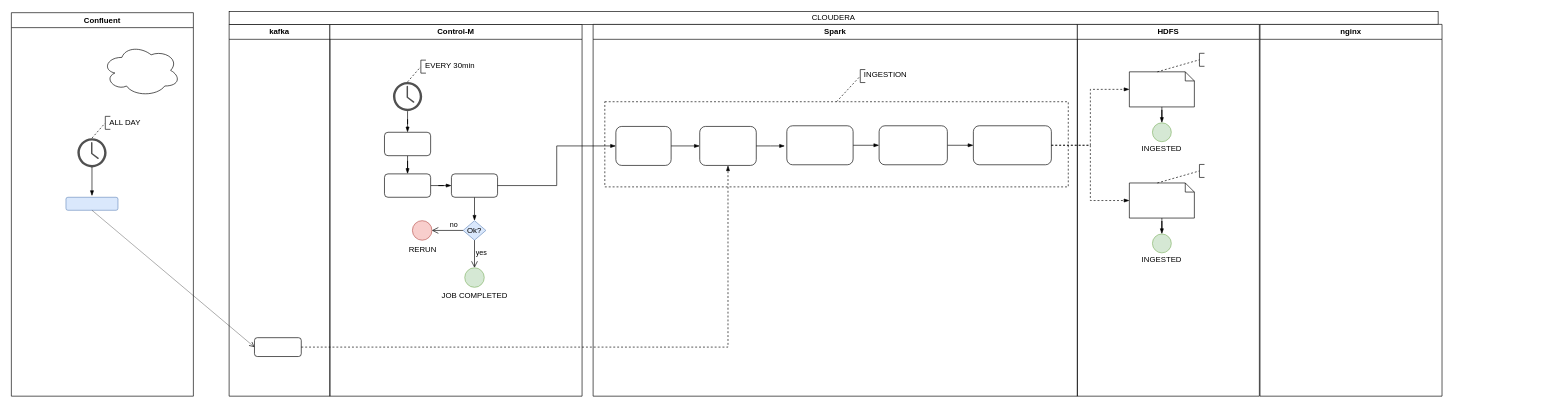
Before: Cap Diagram.drawio in StefanoMazzukaCapgemini/Cap_Diagram, a draw.io diagram. Source tidied: cells renumbered, new cells numbered last; positions are measured from the earlier drawing's top-left corner, leaving out a move shared by most shapes. Both pictures are drawn from the tidied source at 65%, with x=0, y=0 at pixel (11, 11). Pictures stored in the file or linked from it are replaced by grey dashed boxes.
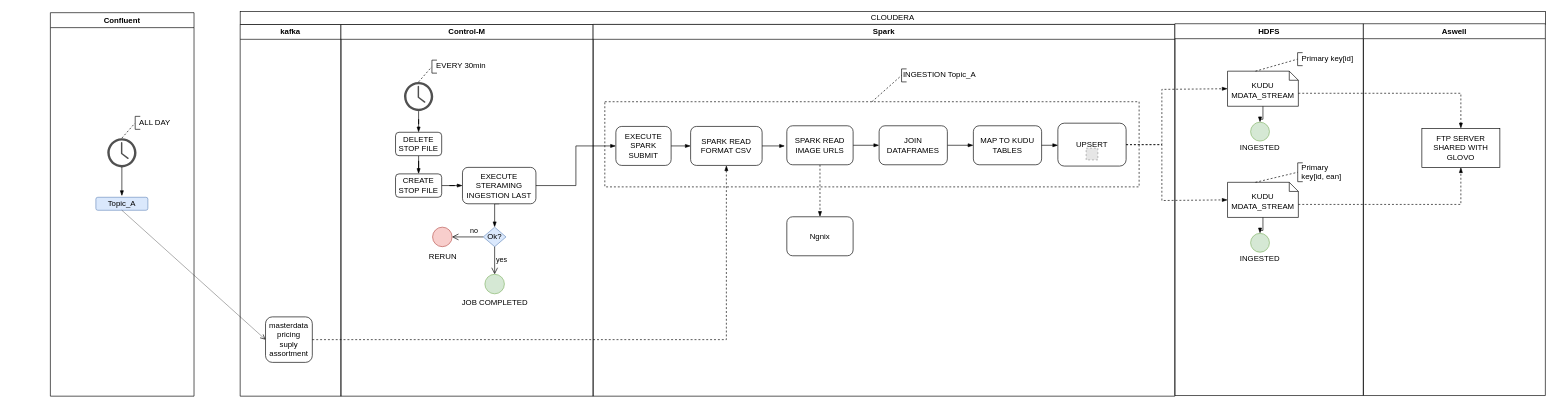
The same page after the edit.

Diff of the diagram source:
```diff
@@
     <mxCell id="2" value="Confluent" style="swimlane;whiteSpace=wrap;" parent="1" vertex="1">
-      <mxGeometry y="2" width="280" height="590" as="geometry" />
+      <mxGeometry x="60" y="2" width="221" height="590" as="geometry" />
     </mxCell>
     <mxCell id="3" style="shadow=0;dashed=0;html=1;strokeColor=none;fillColor=#505050;labelPosition=center;verticalLabelPosition=bottom;verticalAlign=top;align=center;shape=mxgraph.office.concepts.clock;" parent="2" vertex="1">
-      <mxGeometry x="101.5" y="193" width="45" height="45" as="geometry" />
+      <mxGeometry x="87.5" y="193" width="45" height="45" as="geometry" />
     </mxCell>
     <mxCell id="4" style="endArrow=none;dashed=1;html=1;" parent="2" edge="1">
       <mxGeometry relative="1" as="geometry">
-        <mxPoint x="124" y="193" as="sourcePoint" />
-        <mxPoint x="144" y="170" as="targetPoint" />
+        <mxPoint x="110" y="193" as="sourcePoint" />
+        <mxPoint x="130" y="170" as="targetPoint" />
       </mxGeometry>
     </mxCell>
     <mxCell id="5" style="shape=partialRectangle;whiteSpace=wrap;html=1;bottom=1;right=1;left=1;top=0;fillColor=none;routingCenterX=-0.5;rotation=90;" parent="2" vertex="1">
-      <mxGeometry x="138" y="166" width="20" height="7" as="geometry" />
+      <mxGeometry x="124" y="166" width="20" height="7" as="geometry" />
     </mxCell>
-    <mxCell id="6" style="rounded=1;whiteSpace=wrap;html=1;fillColor=#dae8fc;strokeColor=#6c8ebf;" parent="2" vertex="1">
-      <mxGeometry x="84" y="284" width="80" height="20" as="geometry" />
+    <mxCell id="6" value="Topic_A" style="rounded=1;whiteSpace=wrap;html=1;fillColor=#dae8fc;strokeColor=#6c8ebf;" parent="2" vertex="1">
+      <mxGeometry x="70" y="284" width="80" height="20" as="geometry" />
     </mxCell>
     <mxCell id="7" style="endArrow=blockThin;html=1;endFill=1;" parent="2" edge="1">
       <mxGeometry relative="1" as="geometry">
-        <mxPoint x="124" y="237.5" as="sourcePoint" />
-        <mxPoint x="124" y="282" as="targetPoint" />
+        <mxPoint x="110" y="237.5" as="sourcePoint" />
+        <mxPoint x="110" y="282" as="targetPoint" />
       </mxGeometry>
     </mxCell>
     <mxCell id="8" value="ALL DAY" style="text;html=1;strokeColor=none;fillColor=none;align=center;verticalAlign=middle;whiteSpace=wrap;rounded=0;" parent="2" vertex="1">
-      <mxGeometry x="144.5" y="158.5" width="60" height="20" as="geometry" />
+      <mxGeometry x="130.5" y="158.5" width="60" height="20" as="geometry" />
     </mxCell>
-    <mxCell id="9" style="ellipse;shape=cloud;whiteSpace=wrap;html=1;" parent="2" vertex="1">
-      <mxGeometry x="140" y="48.8" width="120" height="80" as="geometry" />
-    </mxCell>
     <mxCell id="10" value="kafka" style="swimlane;whiteSpace=wrap;" parent="1" vertex="1">
-      <mxGeometry x="335" y="20" width="155" height="572" as="geometry" />
+      <mxGeometry x="352" y="20" width="155" height="572" as="geometry" />
     </mxCell>
-    <mxCell id="11" style="rounded=1;whiteSpace=wrap;html=1;" parent="10" vertex="1">
-      <mxGeometry x="39" y="482" width="72" height="29" as="geometry" />
+    <mxCell id="11" value="masterdata&lt;br&gt;pricing&lt;br&gt;suply&lt;br&gt;assortment" style="rounded=1;whiteSpace=wrap;html=1;" parent="10" vertex="1">
+      <mxGeometry x="39" y="450" width="72" height="70" as="geometry" />
     </mxCell>
     <mxCell id="12" value="Control-M" style="swimlane;whiteSpace=wrap;startSize=23;" parent="1" vertex="1">
-      <mxGeometry x="490" y="20" width="388" height="572" as="geometry" />
+      <mxGeometry x="507" y="20" width="388" height="572" as="geometry" />
     </mxCell>
@@
-    <mxCell id="19" style="rounded=1;whiteSpace=wrap;html=1;" parent="12" vertex="1">
+    <mxCell id="19" value="DELETE STOP FILE" style="rounded=1;whiteSpace=wrap;html=1;" parent="12" vertex="1">
       <mxGeometry x="84" y="166" width="71" height="36" as="geometry" />
     </mxCell>
@@
-    <mxCell id="21" style="rounded=1;whiteSpace=wrap;html=1;" parent="12" vertex="1">
+    <mxCell id="21" value="CREATE STOP FILE" style="rounded=1;whiteSpace=wrap;html=1;" parent="12" vertex="1">
       <mxGeometry x="84" y="230" width="71" height="36" as="geometry" />
     </mxCell>
@@
-    <mxCell id="23" style="rounded=1;whiteSpace=wrap;html=1;" parent="12" vertex="1">
-      <mxGeometry x="187" y="230" width="71" height="36" as="geometry" />
+    <mxCell id="23" value="EXECUTE STERAMING INGESTION LAST" style="rounded=1;whiteSpace=wrap;html=1;" parent="12" vertex="1">
+      <mxGeometry x="187" y="220" width="113" height="56" as="geometry" />
     </mxCell>
     <mxCell id="24" style="ellipse;whiteSpace=wrap;html=1;fillColor=#f8cecc;strokeColor=#b85450;" parent="12" vertex="1">
-      <mxGeometry x="127" y="302" width="30" height="30" as="geometry" />
+      <mxGeometry x="141" y="312" width="30" height="30" as="geometry" />
     </mxCell>
     <mxCell id="25" value="RERUN" style="text;html=1;strokeColor=none;fillColor=none;align=center;verticalAlign=middle;whiteSpace=wrap;rounded=0;" parent="12" vertex="1">
-      <mxGeometry x="123" y="337" width="40" height="20" as="geometry" />
+      <mxGeometry x="137" y="347" width="40" height="20" as="geometry" />
     </mxCell>
     <mxCell id="26" style="ellipse;whiteSpace=wrap;html=1;fillColor=#d5e8d4;strokeColor=#82b366;" parent="12" vertex="1">
-      <mxGeometry x="207.5" y="374.5" width="30" height="30" as="geometry" />
+      <mxGeometry x="221.5" y="384.5" width="30" height="30" as="geometry" />
     </mxCell>
     <mxCell id="27" value="JOB COMPLETED" style="text;html=1;strokeColor=none;fillColor=none;align=center;verticalAlign=middle;whiteSpace=wrap;rounded=0;" parent="12" vertex="1">
-      <mxGeometry x="167.5" y="408" width="110" height="20" as="geometry" />
+      <mxGeometry x="181.5" y="418" width="110" height="20" as="geometry" />
     </mxCell>
     <mxCell id="28" value="Ok?" style="rhombus;whiteSpace=wrap;html=1;fillColor=#dae8fc;strokeColor=#6c8ebf;" parent="12" vertex="1">
-      <mxGeometry x="205" y="302" width="35" height="30" as="geometry" />
+      <mxGeometry x="219" y="312" width="35" height="30" as="geometry" />
     </mxCell>
     <mxCell id="29" value="no" style="edgeStyle=orthogonalEdgeStyle;html=1;align=left;verticalAlign=bottom;endArrow=open;endSize=8;entryX=1;entryY=0.5;entryDx=0;entryDy=0;" parent="12" edge="1">
       <mxGeometry x="-0.09" relative="1" as="geometry">
-        <mxPoint x="205" y="317" as="sourcePoint" />
-        <mxPoint x="156.8" y="317" as="targetPoint" />
+        <mxPoint x="219" y="327" as="sourcePoint" />
+        <mxPoint x="170.8" y="327" as="targetPoint" />
       </mxGeometry>
     </mxCell>
@@
     <mxCell id="31" value="CLOUDERA" style="rounded=0;whiteSpace=wrap;html=1;" parent="1" vertex="1">
-      <mxGeometry x="335" width="1860" height="20" as="geometry" />
+      <mxGeometry x="352" width="2008" height="20" as="geometry" />
     </mxCell>
     <mxCell id="32" value="Spark" style="swimlane;whiteSpace=wrap;startSize=23;" parent="1" vertex="1">
-      <mxGeometry x="895" y="20" width="745" height="572" as="geometry" />
+      <mxGeometry x="895" y="20" width="895" height="572" as="geometry" />
     </mxCell>
     <mxCell id="33" style="rounded=0;whiteSpace=wrap;html=1;dashed=1;" parent="32" vertex="1">
-      <mxGeometry x="18" y="119" width="713" height="131" as="geometry" />
+      <mxGeometry x="18" y="119" width="822" height="131" as="geometry" />
     </mxCell>
@@
-    <mxCell id="35" style="rounded=1;whiteSpace=wrap;html=1;" parent="32" vertex="1">
+    <mxCell id="35" value="EXECUTE SPARK SUBMIT" style="rounded=1;whiteSpace=wrap;html=1;" parent="32" vertex="1">
       <mxGeometry x="35" y="157" width="85" height="60" as="geometry" />
     </mxCell>
-    <mxCell id="36" style="rounded=1;whiteSpace=wrap;html=1;" parent="32" vertex="1">
-      <mxGeometry x="164" y="157" width="87" height="60" as="geometry" />
+    <mxCell id="36" value="SPARK READ FORMAT CSV" style="rounded=1;whiteSpace=wrap;html=1;" parent="32" vertex="1">
+      <mxGeometry x="150" y="157" width="110" height="60" as="geometry" />
     </mxCell>
@@
+    <mxCell id="65" style="edgeStyle=orthogonalEdgeStyle;rounded=0;jettySize=auto;html=1;dashed=1;endArrow=blockThin;endFill=1;" parent="32" edge="1" source="38" target="66">
+      <mxGeometry relative="1" as="geometry" />
+    </mxCell>
-    <mxCell id="38" style="rounded=1;whiteSpace=wrap;html=1;" parent="32" vertex="1">
+    <mxCell id="38" value="SPARK READ IMAGE URLS" style="rounded=1;whiteSpace=wrap;html=1;" parent="32" vertex="1">
       <mxGeometry x="298" y="156" width="102" height="60" as="geometry" />
     </mxCell>
+    <mxCell id="66" value="Ngnix" style="rounded=1;whiteSpace=wrap;html=1;" parent="32" vertex="1">
+      <mxGeometry x="298" y="296" width="102" height="60" as="geometry" />
+    </mxCell>
@@
-    <mxCell id="40" style="rounded=1;whiteSpace=wrap;html=1;" parent="32" vertex="1">
+    <mxCell id="40" value="JOIN DATAFRAMES" style="rounded=1;whiteSpace=wrap;html=1;" parent="32" vertex="1">
       <mxGeometry x="440" y="156" width="105" height="60" as="geometry" />
     </mxCell>
+    <mxCell id="67" style="edgeStyle=orthogonalEdgeStyle;rounded=0;jettySize=auto;html=1;exitX=1;exitY=0.5;exitDx=0;exitDy=0;entryX=0;entryY=0.5;entryDx=0;entryDy=0;endArrow=blockThin;endFill=1;strokeColor=none;" parent="32" edge="1" source="41" target="68">
+      <mxGeometry relative="1" as="geometry" />
+    </mxCell>
-    <mxCell id="41" style="rounded=1;whiteSpace=wrap;html=1;" parent="32" vertex="1">
-      <mxGeometry x="585" y="156" width="120" height="60" as="geometry" />
+    <mxCell id="41" value="MAP TO KUDU TABLES" style="rounded=1;whiteSpace=wrap;html=1;" parent="32" vertex="1">
+      <mxGeometry x="585" y="156" width="105" height="60" as="geometry" />
     </mxCell>
@@
     <mxCell id="43" style="shape=partialRectangle;whiteSpace=wrap;html=1;bottom=1;right=1;left=1;top=0;fillColor=none;routingCenterX=-0.5;rotation=90;" parent="32" vertex="1">
-      <mxGeometry x="404.5" y="76" width="20" height="7" as="geometry" />
+      <mxGeometry x="468" y="75" width="20" height="7" as="geometry" />
     </mxCell>
-    <mxCell id="44" value="INGESTION" style="text;html=1;strokeColor=none;fillColor=none;align=center;verticalAlign=middle;whiteSpace=wrap;rounded=0;" parent="32" vertex="1">
-      <mxGeometry x="404.5" y="66.5" width="90" height="22" as="geometry" />
+    <mxCell id="44" value="INGESTION Topic_A" style="text;html=1;strokeColor=none;fillColor=none;align=center;verticalAlign=middle;whiteSpace=wrap;rounded=0;" parent="32" vertex="1">
+      <mxGeometry x="465" y="67" width="136" height="22" as="geometry" />
     </mxCell>
+    <mxCell id="68" value="UPSERT" style="rounded=1;whiteSpace=wrap;html=1;align=center;" parent="32" vertex="1">
+      <mxGeometry x="715" y="152" width="105" height="66" as="geometry" />
+    </mxCell>
+    <mxCell id="69" style="fillColor=#E6E6E6;strokeColor=#999999;dashed=1;html=1;verticalAlign=top;verticalLabelPosition=bottom;labelBackgroundColor=#ffffff;" parent="32" vertex="1">
+      <mxGeometry x="758.5" y="190.5" width="18" height="18" as="geometry" />
+    </mxCell>
     <mxCell id="45" value="HDFS" style="swimlane;whiteSpace=wrap;" parent="1" vertex="1">
-      <mxGeometry x="1640" y="20" width="280" height="572" as="geometry" />
+      <mxGeometry x="1790" y="19" width="290" height="572" as="geometry" />
     </mxCell>
-    <mxCell id="46" style="shape=note;whiteSpace=wrap;html=1;size=14;verticalAlign=top;align=left;spacingTop=-6;" parent="45" vertex="1">
-      <mxGeometry x="80" y="73" width="100" height="54" as="geometry" />
+    <mxCell id="46" value="&lt;br&gt;KUDU&lt;br&gt;MDATA_STREAM" style="shape=note;whiteSpace=wrap;html=1;size=14;verticalAlign=top;align=center;spacingTop=-6;" parent="45" vertex="1">
+      <mxGeometry x="81" y="73" width="109" height="54" as="geometry" />
     </mxCell>
     <mxCell id="47" style="ellipse;whiteSpace=wrap;html=1;fillColor=#d5e8d4;strokeColor=#82b366;" parent="45" vertex="1">
-      <mxGeometry x="115.5" y="151.5" width="29" height="29" as="geometry" />
+      <mxGeometry x="116.5" y="151.5" width="29" height="29" as="geometry" />
     </mxCell>
@@
     <mxCell id="49" value="INGESTED" style="text;html=1;strokeColor=none;fillColor=none;align=center;verticalAlign=middle;whiteSpace=wrap;rounded=0;" parent="45" vertex="1">
-      <mxGeometry x="110" y="180.5" width="40" height="20" as="geometry" />
+      <mxGeometry x="111" y="180.5" width="40" height="20" as="geometry" />
     </mxCell>
     <mxCell id="50" style="shape=partialRectangle;whiteSpace=wrap;html=1;bottom=1;right=1;left=1;top=0;fillColor=none;routingCenterX=-0.5;rotation=90;" parent="45" vertex="1">
-      <mxGeometry x="181.3" y="51" width="20" height="7" as="geometry" />
+      <mxGeometry x="182.3" y="51" width="20" height="7" as="geometry" />
     </mxCell>
@@
-    <mxCell id="52" style="shape=note;whiteSpace=wrap;html=1;size=14;verticalAlign=top;align=left;spacingTop=-6;" parent="45" vertex="1">
-      <mxGeometry x="80" y="244" width="100" height="54" as="geometry" />
+    <mxCell id="52" value="&lt;br style=&quot;white-space: normal&quot;&gt;&lt;span style=&quot;white-space: normal&quot;&gt;KUDU&lt;/span&gt;&lt;br style=&quot;white-space: normal&quot;&gt;&lt;span style=&quot;white-space: normal&quot;&gt;MDATA_STREAM&lt;/span&gt;" style="shape=note;whiteSpace=wrap;html=1;size=14;verticalAlign=top;align=center;spacingTop=-6;" parent="45" vertex="1">
+      <mxGeometry x="81" y="244" width="109" height="54" as="geometry" />
     </mxCell>
     <mxCell id="53" style="ellipse;whiteSpace=wrap;html=1;fillColor=#d5e8d4;strokeColor=#82b366;" parent="45" vertex="1">
-      <mxGeometry x="115.5" y="322.5" width="29" height="29" as="geometry" />
+      <mxGeometry x="116.5" y="322.5" width="29" height="29" as="geometry" />
     </mxCell>
@@
     <mxCell id="55" value="INGESTED" style="text;html=1;strokeColor=none;fillColor=none;align=center;verticalAlign=middle;whiteSpace=wrap;rounded=0;" parent="45" vertex="1">
-      <mxGeometry x="110" y="351.5" width="40" height="20" as="geometry" />
+      <mxGeometry x="111" y="351.5" width="40" height="20" as="geometry" />
     </mxCell>
     <mxCell id="56" style="shape=partialRectangle;whiteSpace=wrap;html=1;bottom=1;right=1;left=1;top=0;fillColor=none;routingCenterX=-0.5;rotation=90;" parent="45" vertex="1">
-      <mxGeometry x="181.3" y="222" width="20" height="7" as="geometry" />
+      <mxGeometry x="178" y="225" width="29" height="7" as="geometry" />
     </mxCell>
@@
+    <mxCell id="70" value="Primary key[id]" style="text;html=1;strokeColor=none;fillColor=none;align=center;verticalAlign=middle;whiteSpace=wrap;rounded=0;" parent="45" vertex="1">
+      <mxGeometry x="190" y="46" width="90" height="16" as="geometry" />
+    </mxCell>
+    <mxCell id="71" value="Primary &lt;br&gt;key[id, ean]" style="text;html=1;strokeColor=none;fillColor=none;align=left;verticalAlign=middle;whiteSpace=wrap;rounded=0;" parent="45" vertex="1">
+      <mxGeometry x="192.5" y="220" width="70" height="16" as="geometry" />
+    </mxCell>
-    <mxCell id="58" value="nginx" style="swimlane;whiteSpace=wrap;" parent="1" vertex="1">
-      <mxGeometry x="1921" y="20" width="280" height="572" as="geometry" />
+    <mxCell id="58" value="Aswell" style="swimlane;whiteSpace=wrap;startSize=23;" parent="1" vertex="1">
+      <mxGeometry x="2080" y="19" width="280" height="572" as="geometry" />
     </mxCell>
+    <mxCell id="72" value="FTP SERVER SHARED WITH GLOVO" style="rounded=0;whiteSpace=wrap;html=1;" parent="58" vertex="1">
+      <mxGeometry x="90" y="161" width="120" height="60" as="geometry" />
+    </mxCell>
@@
-    <mxCell id="62" style="edgeStyle=orthogonalEdgeStyle;rounded=0;jettySize=auto;html=1;exitX=1;exitY=0.5;exitDx=0;exitDy=0;entryX=0;entryY=0.5;entryDx=0;entryDy=0;entryPerimeter=0;endArrow=blockThin;endFill=1;dashed=1;" parent="1" edge="1" source="41" target="46">
-      <mxGeometry relative="1" as="geometry" />
+    <mxCell id="62" style="edgeStyle=orthogonalEdgeStyle;rounded=0;jettySize=auto;html=1;exitX=1;exitY=0.5;exitDx=0;exitDy=0;entryX=0;entryY=0.5;entryDx=0;entryDy=0;entryPerimeter=0;endArrow=blockThin;endFill=1;dashed=1;" parent="1" edge="1" source="68" target="46">
+      <mxGeometry relative="1" as="geometry">
+        <Array as="points">
+          <mxPoint x="1770" y="205" />
+          <mxPoint x="1770" y="120" />
+        </Array>
+      </mxGeometry>
     </mxCell>
-    <mxCell id="63" style="edgeStyle=orthogonalEdgeStyle;rounded=0;jettySize=auto;html=1;entryX=0;entryY=0.5;entryDx=0;entryDy=0;entryPerimeter=0;endArrow=blockThin;endFill=1;dashed=1;" parent="1" edge="1" source="41" target="52">
-      <mxGeometry relative="1" as="geometry" />
-    </mxCell>
@@
+    <mxCell id="73" style="edgeStyle=orthogonalEdgeStyle;rounded=0;jettySize=auto;html=1;exitX=1;exitY=0.5;exitDx=0;exitDy=0;entryX=0;entryY=0.5;entryDx=0;entryDy=0;entryPerimeter=0;endArrow=blockThin;endFill=1;dashed=1;" parent="1" edge="1" source="68" target="52">
+      <mxGeometry relative="1" as="geometry">
+        <Array as="points">
+          <mxPoint x="1770" y="205" />
+          <mxPoint x="1770" y="291" />
+        </Array>
+      </mxGeometry>
+    </mxCell>
+    <mxCell id="74" style="edgeStyle=orthogonalEdgeStyle;rounded=0;jettySize=auto;html=1;exitX=1;exitY=0.5;exitDx=0;exitDy=0;endArrow=blockThin;endFill=1;" parent="1" edge="1" source="41">
+      <mxGeometry relative="1" as="geometry">
+        <mxPoint x="1610.3" y="205.7" as="targetPoint" />
+      </mxGeometry>
+    </mxCell>
+    <mxCell id="75" style="edgeStyle=orthogonalEdgeStyle;rounded=0;jettySize=auto;html=1;exitX=0;exitY=0;exitDx=108.99999999999999;exitDy=34;exitPerimeter=0;endArrow=blockThin;endFill=1;entryX=0.5;entryY=0;entryDx=0;entryDy=0;dashed=1;" parent="1" edge="1" source="46" target="72">
+      <mxGeometry relative="1" as="geometry" />
+    </mxCell>
+    <mxCell id="76" style="edgeStyle=orthogonalEdgeStyle;rounded=0;jettySize=auto;html=1;exitX=0;exitY=0;exitDx=108.99999999999999;exitDy=34;exitPerimeter=0;endArrow=blockThin;endFill=1;dashed=1;" parent="1" edge="1" source="52" target="72">
+      <mxGeometry relative="1" as="geometry" />
+    </mxCell>
```
